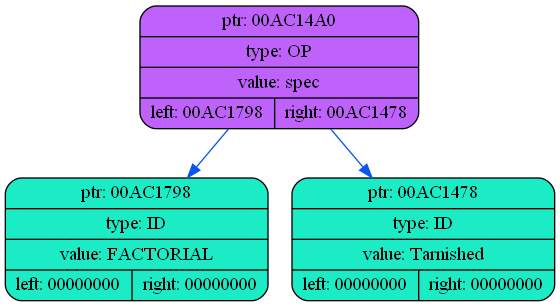
The Graphviz diagram dump/dump2.png in coffee8cat/Elden-language, before a commit. Its source is kept beside it as dump/dump2.dot.
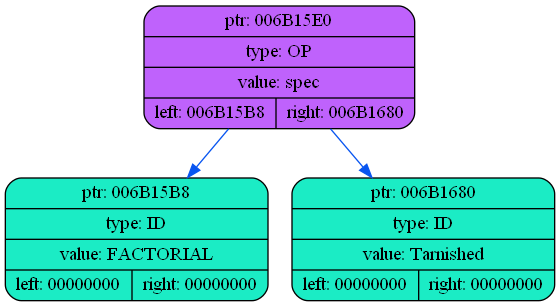
Later version of the same file.

What changed in the source:
```diff
@@ -2,9 +2,9 @@
 {
     rankdir=TP
 
-        node00AC14A0[shape=record,style="rounded,filled",fillcolor="#BF62FC",label="{ ptr: 00AC14A0 | type: OP | value: spec| { left: 00AC1798 | right: 00AC1478 }}"];
-    node00AC14A0 -> node00AC1798[color="#0855F0"]
-    node00AC1798[shape=record,style="rounded,filled",fillcolor="#1BECC5",label="{ ptr: 00AC1798 | type: ID | value: FACTORIAL| { left: 00000000 | right: 00000000 }}"];
-    node00AC14A0 -> node00AC1478[color="#0855F0"]
-    node00AC1478[shape=record,style="rounded,filled",fillcolor="#1BECC5",label="{ ptr: 00AC1478 | type: ID | value: Tarnished| { left: 00000000 | right: 00000000 }}"];
+        node006B15E0[shape=record,style="rounded,filled",fillcolor="#BF62FC",label="{ ptr: 006B15E0 | type: OP | value: spec| { left: 006B15B8 | right: 006B1680 }}"];
+    node006B15E0 -> node006B15B8[color="#0855F0"]
+    node006B15B8[shape=record,style="rounded,filled",fillcolor="#1BECC5",label="{ ptr: 006B15B8 | type: ID | value: FACTORIAL| { left: 00000000 | right: 00000000 }}"];
+    node006B15E0 -> node006B1680[color="#0855F0"]
+    node006B1680[shape=record,style="rounded,filled",fillcolor="#1BECC5",label="{ ptr: 006B1680 | type: ID | value: Tarnished| { left: 00000000 | right: 00000000 }}"];
 }
```
